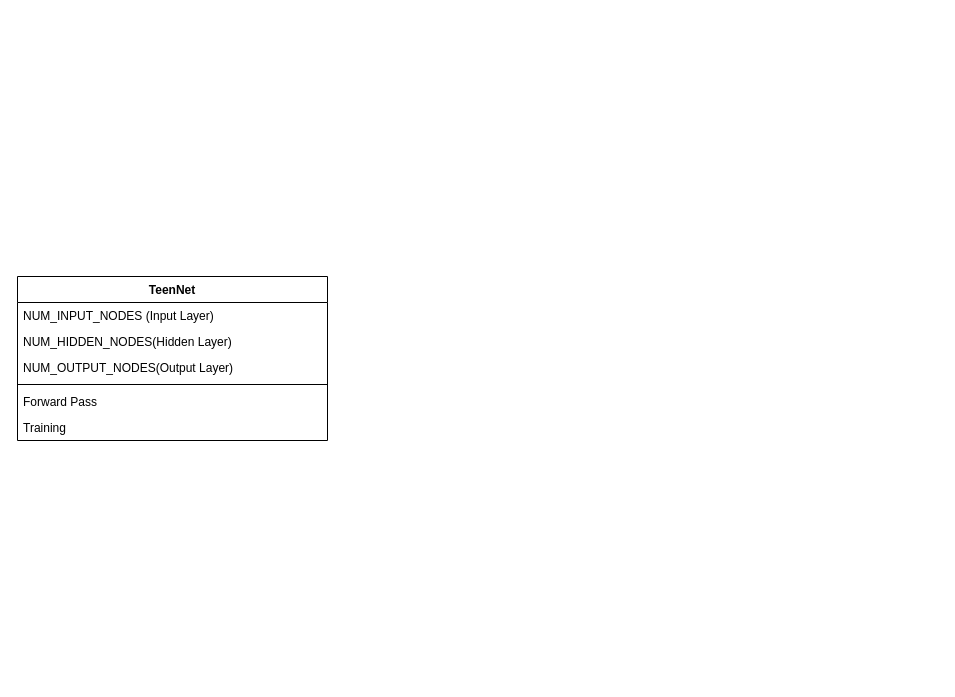
Above: TeenNet.drawio in sphynxlee/NSCCAI (draw.io), before the change. Source tidied: cells renumbered, new cells numbered last; positions are measured from the earlier drawing's top-left corner, leaving out a move shared by most shapes. Both pictures are drawn from the tidied source at 100%, with x=0, y=0 at pixel (17, 276).
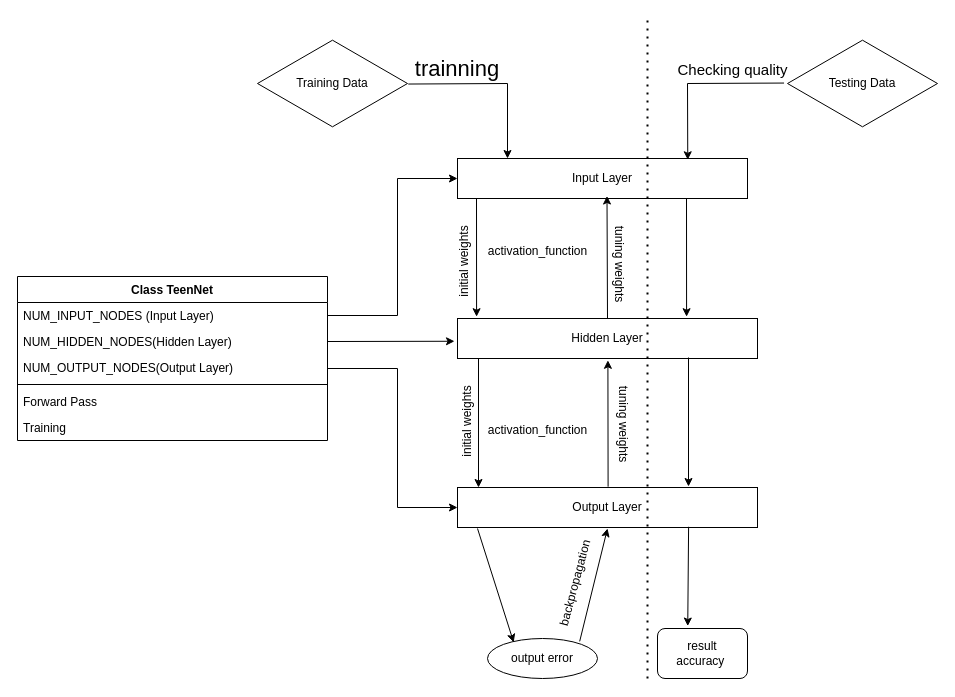
Above is the later version.

Unchanged cells that the change refers to:
```xml
<mxCell id="3" value="NUM_INPUT_NODES (Input Layer)&lt;br&gt;" style="text;strokeColor=none;fillColor=none;align=left;verticalAlign=top;spacingLeft=4;spacingRight=4;overflow=hidden;points=[[0,0.5],[1,0.5]];portConstraint=eastwest;whiteSpace=wrap;html=1;" parent="2" vertex="1">
  <mxGeometry y="26" width="310" height="26" as="geometry" />
</mxCell>
<mxCell id="4" value="NUM_HIDDEN_NODES(Hidden Layer)" style="text;strokeColor=none;fillColor=none;align=left;verticalAlign=top;spacingLeft=4;spacingRight=4;overflow=hidden;points=[[0,0.5],[1,0.5]];portConstraint=eastwest;whiteSpace=wrap;html=1;" parent="2" vertex="1">
  <mxGeometry y="52" width="310" height="26" as="geometry" />
</mxCell>
```

What changed in the source:
```diff
@@
-    <mxCell id="2" value="TeenNet" style="swimlane;fontStyle=1;align=center;verticalAlign=top;horizontal=1;startSize=26;whiteSpace=wrap;html=1;" parent="1" vertex="1">
+    <mxCell id="2" value="Class TeenNet" style="swimlane;fontStyle=1;align=center;verticalAlign=top;horizontal=1;startSize=26;whiteSpace=wrap;html=1;" parent="1" vertex="1">
       <mxGeometry width="310" height="164" as="geometry" />
     </mxCell>
@@
+    <mxCell id="9" value="Input Layer" style="rounded=0;whiteSpace=wrap;html=1;" parent="1" vertex="1">
+      <mxGeometry x="440" y="-118" width="290" height="40" as="geometry" />
+    </mxCell>
+    <mxCell id="10" value="Output Layer" style="rounded=0;whiteSpace=wrap;html=1;" parent="1" vertex="1">
+      <mxGeometry x="440" y="211" width="300" height="40" as="geometry" />
+    </mxCell>
+    <mxCell id="11" value="Hidden Layer" style="rounded=0;whiteSpace=wrap;html=1;" parent="1" vertex="1">
+      <mxGeometry x="440" y="42" width="300" height="40" as="geometry" />
+    </mxCell>
+    <mxCell id="12" value="Training Data" style="html=1;whiteSpace=wrap;shape=isoRectangle;" parent="1" vertex="1">
+      <mxGeometry x="240" y="-238" width="150" height="90" as="geometry" />
+    </mxCell>
+    <mxCell id="13" style="endArrow=classic;html=1;rounded=0;exitX=1;exitY=0.5;exitDx=0;exitDy=0;entryX=0;entryY=0.5;entryDx=0;entryDy=0;" parent="1" edge="1" source="3" target="9">
+      <mxGeometry relative="1" as="geometry">
+        <Array as="points">
+          <mxPoint x="380" y="39" />
+          <mxPoint x="380" y="-98" />
+        </Array>
+      </mxGeometry>
+    </mxCell>
+    <mxCell id="14" style="endArrow=classic;html=1;rounded=0;exitX=1;exitY=0.5;exitDx=0;exitDy=0;entryX=-0.01;entryY=0.569;entryDx=0;entryDy=0;entryPerimeter=0;" parent="1" edge="1" source="4" target="11">
+      <mxGeometry relative="1" as="geometry" />
+    </mxCell>
+    <mxCell id="15" style="endArrow=classic;html=1;rounded=0;entryX=0;entryY=0.5;entryDx=0;entryDy=0;" parent="1" edge="1" target="10">
+      <mxGeometry relative="1" as="geometry">
+        <mxPoint x="310" y="92" as="sourcePoint" />
+        <Array as="points">
+          <mxPoint x="380" y="92" />
+          <mxPoint x="380" y="231" />
+        </Array>
+      </mxGeometry>
+    </mxCell>
+    <mxCell id="16" style="endArrow=classic;html=1;rounded=0;exitX=1.005;exitY=0.506;exitDx=0;exitDy=0;exitPerimeter=0;" parent="1" edge="1" source="12">
+      <mxGeometry relative="1" as="geometry">
+        <mxPoint x="490" y="-118" as="targetPoint" />
+        <Array as="points">
+          <mxPoint x="490" y="-193" />
+        </Array>
+      </mxGeometry>
+    </mxCell>
+    <mxCell id="17" value="&lt;font style=&quot;font-size: 22px;&quot;&gt;trainning&lt;/font&gt;" style="text;html=1;strokeColor=none;fillColor=none;align=center;verticalAlign=middle;whiteSpace=wrap;rounded=0;" parent="1" vertex="1">
+      <mxGeometry x="410" y="-222" width="60" height="30" as="geometry" />
+    </mxCell>
+    <mxCell id="18" style="endArrow=classic;html=1;rounded=0;entryX=0.274;entryY=-0.045;entryDx=0;entryDy=0;entryPerimeter=0;" parent="1" edge="1">
+      <mxGeometry relative="1" as="geometry">
+        <mxPoint x="459" y="-78" as="sourcePoint" />
+        <mxPoint x="459.1" y="40.2" as="targetPoint" />
+      </mxGeometry>
+    </mxCell>
+    <mxCell id="19" style="endArrow=classic;html=1;rounded=0;entryX=0.723;entryY=0.938;entryDx=0;entryDy=0;entryPerimeter=0;" parent="1" edge="1">
+      <mxGeometry relative="1" as="geometry">
+        <mxPoint x="590" y="42" as="sourcePoint" />
+        <mxPoint x="589.5" y="-80.5" as="targetPoint" />
+      </mxGeometry>
+    </mxCell>
+    <mxCell id="20" style="endArrow=classic;html=1;rounded=0;entryX=0.25;entryY=0;entryDx=0;entryDy=0;exitX=0.25;exitY=1;exitDx=0;exitDy=0;" parent="1" edge="1">
+      <mxGeometry relative="1" as="geometry">
+        <mxPoint x="461" y="82" as="sourcePoint" />
+        <mxPoint x="461" y="211" as="targetPoint" />
+      </mxGeometry>
+    </mxCell>
+    <mxCell id="21" style="endArrow=classic;html=1;rounded=0;entryX=0.73;entryY=1.044;entryDx=0;entryDy=0;entryPerimeter=0;exitX=0.731;exitY=-0.019;exitDx=0;exitDy=0;exitPerimeter=0;" parent="1" edge="1">
+      <mxGeometry relative="1" as="geometry">
+        <mxPoint x="590.6" y="210.2" as="sourcePoint" />
+        <mxPoint x="590.4" y="83.8" as="targetPoint" />
+      </mxGeometry>
+    </mxCell>
+    <mxCell id="22" value="Testing Data" style="html=1;whiteSpace=wrap;shape=isoRectangle;" parent="1" vertex="1">
+      <mxGeometry x="770" y="-238" width="150" height="90" as="geometry" />
+    </mxCell>
+    <mxCell id="23" value="activation_function" style="text;html=1;align=center;verticalAlign=middle;strokeColor=none;fillColor=none;" parent="1" vertex="1">
+      <mxGeometry x="460" y="-40" width="120" height="30" as="geometry" />
+    </mxCell>
+    <mxCell id="24" value="activation_function" style="text;html=1;align=center;verticalAlign=middle;strokeColor=none;fillColor=none;" parent="1" vertex="1">
+      <mxGeometry x="460" y="139" width="120" height="30" as="geometry" />
+    </mxCell>
+    <mxCell id="25" value="output error" style="ellipse;whiteSpace=wrap;html=1;" parent="1" vertex="1">
+      <mxGeometry x="470" y="362" width="110" height="40" as="geometry" />
+    </mxCell>
+    <mxCell id="26" style="endArrow=classic;html=1;rounded=0;entryX=0.238;entryY=0.097;entryDx=0;entryDy=0;entryPerimeter=0;" parent="1" edge="1" target="25">
+      <mxGeometry relative="1" as="geometry">
+        <mxPoint x="460" y="252" as="sourcePoint" />
+      </mxGeometry>
+    </mxCell>
+    <mxCell id="27" style="endArrow=classic;html=1;rounded=0;exitX=0.838;exitY=0.072;exitDx=0;exitDy=0;exitPerimeter=0;" parent="1" edge="1" source="25">
+      <mxGeometry relative="1" as="geometry">
+        <mxPoint x="590" y="252" as="targetPoint" />
+      </mxGeometry>
+    </mxCell>
+    <mxCell id="28" value="initial&amp;nbsp;weights" style="text;html=1;strokeColor=none;fillColor=none;align=center;verticalAlign=middle;whiteSpace=wrap;rounded=0;rotation=-90;" parent="1" vertex="1">
+      <mxGeometry x="417" y="-30" width="60" height="30" as="geometry" />
+    </mxCell>
+    <mxCell id="29" value="initial&amp;nbsp;weights" style="text;html=1;strokeColor=none;fillColor=none;align=center;verticalAlign=middle;whiteSpace=wrap;rounded=0;rotation=-90;" parent="1" vertex="1">
+      <mxGeometry x="420" y="130" width="60" height="30" as="geometry" />
+    </mxCell>
+    <mxCell id="30" value="tuning weights" style="text;html=1;strokeColor=none;fillColor=none;align=center;verticalAlign=middle;whiteSpace=wrap;rounded=0;rotation=90;" parent="1" vertex="1">
+      <mxGeometry x="556" y="133" width="100" height="30" as="geometry" />
+    </mxCell>
+    <mxCell id="31" value="tuning weights" style="text;html=1;strokeColor=none;fillColor=none;align=center;verticalAlign=middle;whiteSpace=wrap;rounded=0;rotation=90;" parent="1" vertex="1">
+      <mxGeometry x="552" y="-27" width="100" height="30" as="geometry" />
+    </mxCell>
+    <mxCell id="32" style="endArrow=none;dashed=1;html=1;dashPattern=1 3;strokeWidth=2;rounded=0;" parent="1" edge="1">
+      <mxGeometry relative="1" as="geometry">
+        <mxPoint x="630" y="402" as="sourcePoint" />
+        <mxPoint x="630" y="-258" as="targetPoint" />
+      </mxGeometry>
+    </mxCell>
+    <mxCell id="33" style="endArrow=classic;html=1;rounded=0;entryX=0.794;entryY=0.032;entryDx=0;entryDy=0;entryPerimeter=0;exitX=-0.023;exitY=0.495;exitDx=0;exitDy=0;exitPerimeter=0;" parent="1" edge="1" source="22" target="9">
+      <mxGeometry relative="1" as="geometry">
+        <Array as="points">
+          <mxPoint x="670" y="-193" />
+        </Array>
+      </mxGeometry>
+    </mxCell>
+    <mxCell id="34" value="&lt;font style=&quot;font-size: 15px;&quot;&gt;Checking quality&lt;/font&gt;" style="text;html=1;align=center;verticalAlign=middle;strokeColor=none;fillColor=none;" parent="1" vertex="1">
+      <mxGeometry x="650" y="-222" width="130" height="30" as="geometry" />
+    </mxCell>
+    <mxCell id="35" style="endArrow=classic;html=1;rounded=0;entryX=0.274;entryY=-0.045;entryDx=0;entryDy=0;entryPerimeter=0;" parent="1" edge="1">
+      <mxGeometry relative="1" as="geometry">
+        <mxPoint x="669" y="-78" as="sourcePoint" />
+        <mxPoint x="669.1" y="40.2" as="targetPoint" />
+      </mxGeometry>
+    </mxCell>
+    <mxCell id="36" style="endArrow=classic;html=1;rounded=0;entryX=0.25;entryY=0;entryDx=0;entryDy=0;exitX=0.25;exitY=1;exitDx=0;exitDy=0;" parent="1" edge="1">
+      <mxGeometry relative="1" as="geometry">
+        <mxPoint x="671" y="81" as="sourcePoint" />
+        <mxPoint x="671" y="210" as="targetPoint" />
+      </mxGeometry>
+    </mxCell>
+    <mxCell id="37" value="result&lt;br&gt;accuracy&amp;nbsp;" style="rounded=1;whiteSpace=wrap;html=1;" parent="1" vertex="1">
+      <mxGeometry x="640" y="352" width="90" height="50" as="geometry" />
+    </mxCell>
+    <mxCell id="38" style="endArrow=classic;html=1;rounded=0;entryX=0.336;entryY=-0.049;entryDx=0;entryDy=0;exitX=0.817;exitY=0.982;exitDx=0;exitDy=0;exitPerimeter=0;entryPerimeter=0;" parent="1" edge="1" target="37">
+      <mxGeometry relative="1" as="geometry">
+        <mxPoint x="671.1" y="250.3" as="sourcePoint" />
+      </mxGeometry>
+    </mxCell>
+    <mxCell id="39" value="backpropagation" style="text;html=1;align=center;verticalAlign=middle;strokeColor=none;fillColor=none;rotation=-75;" parent="1" vertex="1">
+      <mxGeometry x="503" y="292" width="110" height="30" as="geometry" />
+    </mxCell>
```
